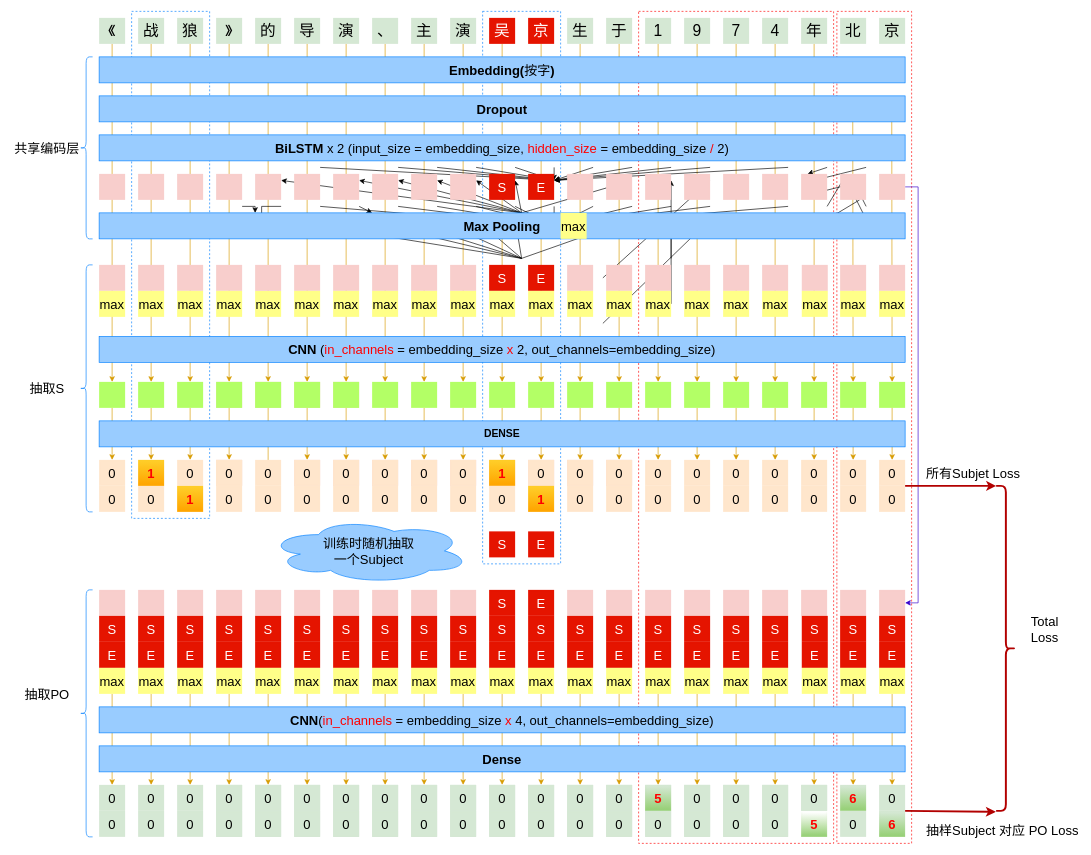
Above: 99_resources/11_img/Untitled Diagram.drawio in dataml-cn/playground (draw.io), before the change. Source tidied: cells renumbered, new cells numbered last; positions are measured from the earlier drawing's top-left corner, leaving out a move shared by most shapes. Both pictures are drawn from the tidied source at 65%, with x=0, y=0 at pixel (11, 11).
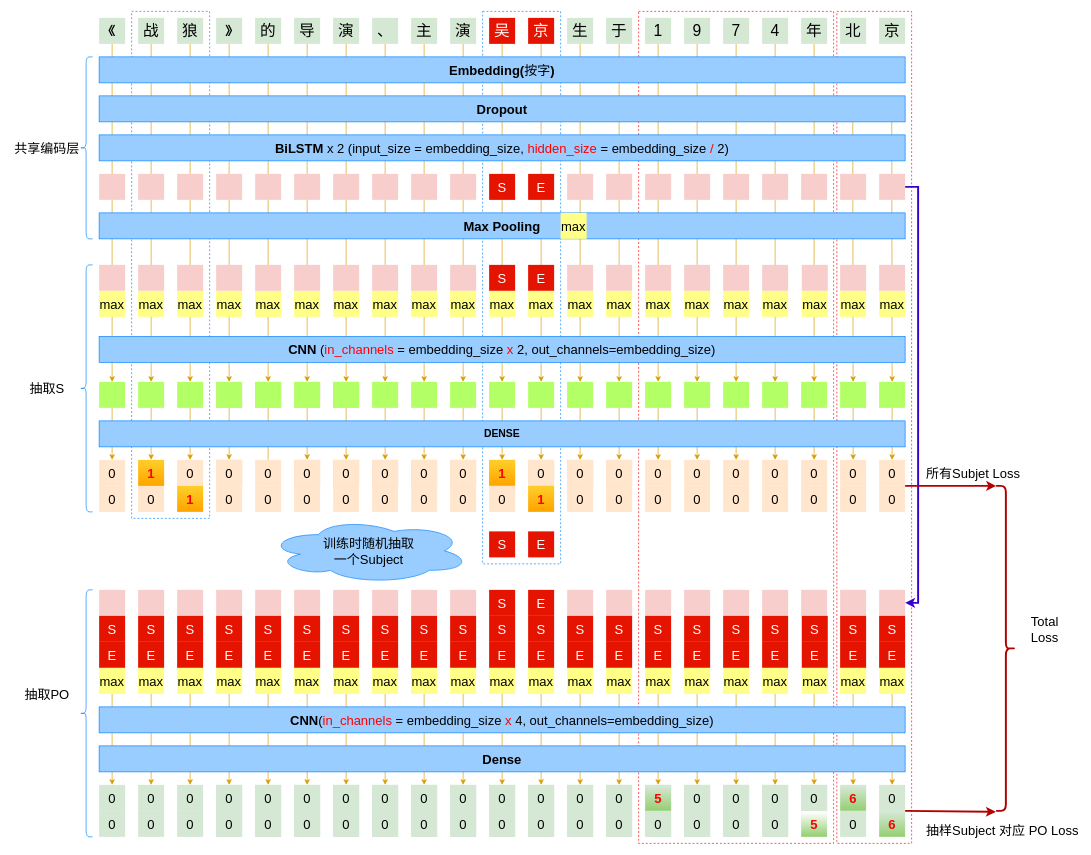
Above is the later version.

The change refers to these unchanged cells:
```xml
<mxCell id="282" style="shape=ext;double=1;rounded=0;whiteSpace=wrap;html=1;fillColor=#f8cecc;strokeColor=none;" parent="1" vertex="1">
  <mxGeometry x="1335" y="890" width="40" height="40" as="geometry" />
</mxCell>
<mxCell id="351" style="shape=ext;double=1;rounded=0;whiteSpace=wrap;html=1;fillColor=#f8cecc;strokeColor=none;" parent="1" vertex="1">
  <mxGeometry x="1335" y="250" width="40" height="40" as="geometry" />
</mxCell>
```

Change to the diagram source:
```diff
@@
-    <mxCell id="83" style="endArrow=classic;html=1;exitX=1;exitY=0.25;exitDx=0;exitDy=0;entryX=0;entryY=0.25;entryDx=0;entryDy=0;" parent="1" edge="1">
-      <mxGeometry relative="1" as="geometry">
-        <mxPoint x="475" y="240" as="sourcePoint" />
-        <mxPoint x="835" y="260" as="targetPoint" />
-      </mxGeometry>
-    </mxCell>
-    <mxCell id="84" style="endArrow=classic;html=1;exitX=1;exitY=0.25;exitDx=0;exitDy=0;entryX=0;entryY=0.25;entryDx=0;entryDy=0;" parent="1" edge="1">
-      <mxGeometry relative="1" as="geometry">
-        <mxPoint x="835" y="240" as="sourcePoint" />
-        <mxPoint x="835" y="260" as="targetPoint" />
-      </mxGeometry>
-    </mxCell>
-    <mxCell id="85" style="endArrow=classic;html=1;exitX=1;exitY=0.25;exitDx=0;exitDy=0;entryX=0;entryY=0.25;entryDx=0;entryDy=0;" parent="1" edge="1">
-      <mxGeometry relative="1" as="geometry">
-        <mxPoint x="775" y="240" as="sourcePoint" />
-        <mxPoint x="835" y="260" as="targetPoint" />
-      </mxGeometry>
-    </mxCell>
-    <mxCell id="86" style="endArrow=classic;html=1;exitX=1;exitY=0.25;exitDx=0;exitDy=0;entryX=0;entryY=0.25;entryDx=0;entryDy=0;" parent="1" edge="1">
-      <mxGeometry relative="1" as="geometry">
-        <mxPoint x="715" y="240" as="sourcePoint" />
-        <mxPoint x="835" y="260" as="targetPoint" />
-      </mxGeometry>
-    </mxCell>
-    <mxCell id="87" style="endArrow=classic;html=1;exitX=1;exitY=0.25;exitDx=0;exitDy=0;entryX=0;entryY=0.25;entryDx=0;entryDy=0;" parent="1" edge="1">
-      <mxGeometry relative="1" as="geometry">
-        <mxPoint x="655" y="240" as="sourcePoint" />
-        <mxPoint x="835" y="260" as="targetPoint" />
-      </mxGeometry>
-    </mxCell>
-    <mxCell id="88" style="endArrow=classic;html=1;exitX=1;exitY=0.25;exitDx=0;exitDy=0;entryX=0;entryY=0.25;entryDx=0;entryDy=0;" parent="1" edge="1">
-      <mxGeometry relative="1" as="geometry">
-        <mxPoint x="595" y="240" as="sourcePoint" />
-        <mxPoint x="835" y="260" as="targetPoint" />
-      </mxGeometry>
-    </mxCell>
-    <mxCell id="89" style="endArrow=classic;html=1;exitX=1;exitY=0.25;exitDx=0;exitDy=0;entryX=0;entryY=0.25;entryDx=0;entryDy=0;" parent="1" edge="1">
-      <mxGeometry relative="1" as="geometry">
-        <mxPoint x="1195" y="240" as="sourcePoint" />
-        <mxPoint x="835" y="260" as="targetPoint" />
-      </mxGeometry>
-    </mxCell>
-    <mxCell id="90" style="endArrow=classic;html=1;exitX=1;exitY=0.25;exitDx=0;exitDy=0;entryX=0;entryY=0.25;entryDx=0;entryDy=0;" parent="1" edge="1">
-      <mxGeometry relative="1" as="geometry">
-        <mxPoint x="1075" y="240" as="sourcePoint" />
-        <mxPoint x="835" y="260" as="targetPoint" />
-      </mxGeometry>
-    </mxCell>
-    <mxCell id="91" style="endArrow=classic;html=1;exitX=1;exitY=0.25;exitDx=0;exitDy=0;entryX=0;entryY=0.25;entryDx=0;entryDy=0;" parent="1" edge="1">
-      <mxGeometry relative="1" as="geometry">
-        <mxPoint x="1015" y="240" as="sourcePoint" />
-        <mxPoint x="835" y="260" as="targetPoint" />
-      </mxGeometry>
-    </mxCell>
-    <mxCell id="92" style="endArrow=classic;html=1;exitX=1;exitY=0.25;exitDx=0;exitDy=0;entryX=0;entryY=0.25;entryDx=0;entryDy=0;" parent="1" edge="1">
-      <mxGeometry relative="1" as="geometry">
-        <mxPoint x="955" y="240" as="sourcePoint" />
-        <mxPoint x="835" y="260" as="targetPoint" />
-      </mxGeometry>
-    </mxCell>
-    <mxCell id="93" style="endArrow=classic;html=1;exitX=1;exitY=0.25;exitDx=0;exitDy=0;entryX=0;entryY=0.25;entryDx=0;entryDy=0;" parent="1" edge="1">
-      <mxGeometry relative="1" as="geometry">
-        <mxPoint x="895" y="240" as="sourcePoint" />
-        <mxPoint x="835" y="260" as="targetPoint" />
-      </mxGeometry>
-    </mxCell>
-    <mxCell id="94" style="endArrow=classic;html=1;exitX=0;exitY=0.75;exitDx=0;exitDy=0;entryX=1;entryY=0.75;entryDx=0;entryDy=0;" parent="1" edge="1">
-      <mxGeometry relative="1" as="geometry">
-        <mxPoint x="910" y="410" as="sourcePoint" />
-        <mxPoint x="1075" y="260" as="targetPoint" />
-      </mxGeometry>
-    </mxCell>
-    <mxCell id="95" style="endArrow=classic;html=1;exitX=0;exitY=0.75;exitDx=0;exitDy=0;entryX=1;entryY=0.75;entryDx=0;entryDy=0;" parent="1" edge="1">
-      <mxGeometry relative="1" as="geometry">
-        <mxPoint x="1015" y="380" as="sourcePoint" />
-        <mxPoint x="1015" y="260" as="targetPoint" />
-      </mxGeometry>
-    </mxCell>
-    <mxCell id="96" style="endArrow=classic;html=1;entryX=1;entryY=0.75;entryDx=0;entryDy=0;exitX=0;exitY=0.75;exitDx=0;exitDy=0;" parent="1" edge="1">
-      <mxGeometry relative="1" as="geometry">
-        <mxPoint x="785" y="310" as="sourcePoint" />
-        <mxPoint x="955" y="260" as="targetPoint" />
-      </mxGeometry>
-    </mxCell>
-    <mxCell id="97" style="endArrow=classic;html=1;exitX=0;exitY=0.75;exitDx=0;exitDy=0;entryX=1;entryY=0.75;entryDx=0;entryDy=0;" parent="1" edge="1">
-      <mxGeometry relative="1" as="geometry">
-        <mxPoint x="785" y="310" as="sourcePoint" />
-        <mxPoint x="775" y="260" as="targetPoint" />
-      </mxGeometry>
-    </mxCell>
-    <mxCell id="98" style="endArrow=classic;html=1;exitX=0;exitY=0.75;exitDx=0;exitDy=0;entryX=1;entryY=0.75;entryDx=0;entryDy=0;" parent="1" edge="1">
-      <mxGeometry relative="1" as="geometry">
-        <mxPoint x="785" y="310" as="sourcePoint" />
-        <mxPoint x="715" y="260" as="targetPoint" />
-      </mxGeometry>
-    </mxCell>
-    <mxCell id="99" style="endArrow=classic;html=1;exitX=0;exitY=0.75;exitDx=0;exitDy=0;entryX=1;entryY=0.75;entryDx=0;entryDy=0;" parent="1" edge="1">
-      <mxGeometry relative="1" as="geometry">
-        <mxPoint x="785" y="310" as="sourcePoint" />
-        <mxPoint x="655" y="260" as="targetPoint" />
-      </mxGeometry>
-    </mxCell>
-    <mxCell id="100" style="endArrow=classic;html=1;exitX=0;exitY=0.75;exitDx=0;exitDy=0;entryX=1;entryY=0.75;entryDx=0;entryDy=0;" parent="1" edge="1">
-      <mxGeometry relative="1" as="geometry">
-        <mxPoint x="785" y="310" as="sourcePoint" />
-        <mxPoint x="595" y="260" as="targetPoint" />
-      </mxGeometry>
-    </mxCell>
-    <mxCell id="101" style="endArrow=classic;html=1;exitX=0;exitY=0.75;exitDx=0;exitDy=0;entryX=1;entryY=0.75;entryDx=0;entryDy=0;" parent="1" edge="1">
-      <mxGeometry relative="1" as="geometry">
-        <mxPoint x="785" y="310" as="sourcePoint" />
-        <mxPoint x="415" y="260" as="targetPoint" />
-      </mxGeometry>
-    </mxCell>
-    <mxCell id="102" style="endArrow=classic;html=1;exitX=0;exitY=0.75;exitDx=0;exitDy=0;entryX=1;entryY=0.75;entryDx=0;entryDy=0;" parent="1" edge="1">
-      <mxGeometry relative="1" as="geometry">
-        <mxPoint x="785" y="310" as="sourcePoint" />
-        <mxPoint x="535" y="260" as="targetPoint" />
-      </mxGeometry>
-    </mxCell>
-    <mxCell id="103" style="edgeStyle=orthogonalEdgeStyle;rounded=0;orthogonalLoop=1;jettySize=auto;html=1;exitX=1;exitY=0.25;exitDx=0;exitDy=0;entryX=0;entryY=0.25;entryDx=0;entryDy=0;" parent="1" edge="1">
-      <mxGeometry relative="1" as="geometry">
-        <mxPoint x="355" y="300" as="sourcePoint" />
-        <mxPoint x="375" y="310" as="targetPoint" />
-      </mxGeometry>
-    </mxCell>
@@
-    <mxCell id="105" style="edgeStyle=orthogonalEdgeStyle;rounded=0;orthogonalLoop=1;jettySize=auto;html=1;entryX=0;entryY=0.25;entryDx=0;entryDy=0;exitX=1;exitY=0.25;exitDx=0;exitDy=0;" parent="1" edge="1">
-      <mxGeometry relative="1" as="geometry">
-        <mxPoint x="415" y="300" as="sourcePoint" />
-        <mxPoint x="385" y="320" as="targetPoint" />
-      </mxGeometry>
-    </mxCell>
-    <mxCell id="106" style="endArrow=classic;html=1;exitX=1;exitY=0.25;exitDx=0;exitDy=0;entryX=0;entryY=0.25;entryDx=0;entryDy=0;" parent="1" edge="1">
-      <mxGeometry relative="1" as="geometry">
-        <mxPoint x="475" y="300" as="sourcePoint" />
-        <mxPoint x="835" y="330" as="targetPoint" />
-      </mxGeometry>
-    </mxCell>
-    <mxCell id="107" style="endArrow=classic;html=1;exitX=1;exitY=0.25;exitDx=0;exitDy=0;entryX=0;entryY=0.25;entryDx=0;entryDy=0;entryPerimeter=0;" parent="1" edge="1">
-      <mxGeometry relative="1" as="geometry">
-        <mxPoint x="535" y="300" as="sourcePoint" />
-        <mxPoint x="555" y="310" as="targetPoint" />
-      </mxGeometry>
-    </mxCell>
-    <mxCell id="108" style="endArrow=classic;html=1;exitX=1;exitY=0.25;exitDx=0;exitDy=0;entryX=0;entryY=0.25;entryDx=0;entryDy=0;" parent="1" edge="1">
-      <mxGeometry relative="1" as="geometry">
-        <mxPoint x="835" y="300" as="sourcePoint" />
-        <mxPoint x="835" y="330" as="targetPoint" />
-      </mxGeometry>
-    </mxCell>
-    <mxCell id="109" style="endArrow=classic;html=1;exitX=1;exitY=0.25;exitDx=0;exitDy=0;entryX=0;entryY=0.25;entryDx=0;entryDy=0;" parent="1" edge="1">
-      <mxGeometry relative="1" as="geometry">
-        <mxPoint x="775" y="300" as="sourcePoint" />
-        <mxPoint x="835" y="330" as="targetPoint" />
-      </mxGeometry>
-    </mxCell>
-    <mxCell id="110" style="endArrow=classic;html=1;exitX=1;exitY=0.25;exitDx=0;exitDy=0;entryX=0;entryY=0.25;entryDx=0;entryDy=0;" parent="1" edge="1">
-      <mxGeometry relative="1" as="geometry">
-        <mxPoint x="715" y="300" as="sourcePoint" />
-        <mxPoint x="835" y="330" as="targetPoint" />
-      </mxGeometry>
-    </mxCell>
-    <mxCell id="111" style="endArrow=classic;html=1;exitX=1;exitY=0.25;exitDx=0;exitDy=0;entryX=0;entryY=0.25;entryDx=0;entryDy=0;" parent="1" edge="1">
-      <mxGeometry relative="1" as="geometry">
-        <mxPoint x="655" y="300" as="sourcePoint" />
-        <mxPoint x="835" y="330" as="targetPoint" />
-      </mxGeometry>
-    </mxCell>
-    <mxCell id="112" style="endArrow=classic;html=1;exitX=1;exitY=0.25;exitDx=0;exitDy=0;entryX=0;entryY=0.25;entryDx=0;entryDy=0;" parent="1" edge="1">
-      <mxGeometry relative="1" as="geometry">
-        <mxPoint x="595" y="300" as="sourcePoint" />
-        <mxPoint x="835" y="330" as="targetPoint" />
-      </mxGeometry>
-    </mxCell>
-    <mxCell id="113" style="endArrow=classic;html=1;exitX=1;exitY=0.25;exitDx=0;exitDy=0;entryX=0;entryY=0.25;entryDx=0;entryDy=0;" parent="1" edge="1">
-      <mxGeometry relative="1" as="geometry">
-        <mxPoint x="1195" y="300" as="sourcePoint" />
-        <mxPoint x="835" y="330" as="targetPoint" />
-      </mxGeometry>
-    </mxCell>
-    <mxCell id="114" style="endArrow=classic;html=1;exitX=1;exitY=0.25;exitDx=0;exitDy=0;entryX=0;entryY=0.25;entryDx=0;entryDy=0;" parent="1" edge="1">
-      <mxGeometry relative="1" as="geometry">
-        <mxPoint x="1075" y="300" as="sourcePoint" />
-        <mxPoint x="835" y="330" as="targetPoint" />
-      </mxGeometry>
-    </mxCell>
-    <mxCell id="115" style="endArrow=classic;html=1;exitX=1;exitY=0.25;exitDx=0;exitDy=0;entryX=0;entryY=0.25;entryDx=0;entryDy=0;" parent="1" edge="1">
-      <mxGeometry relative="1" as="geometry">
-        <mxPoint x="1015" y="300" as="sourcePoint" />
-        <mxPoint x="835" y="330" as="targetPoint" />
-      </mxGeometry>
-    </mxCell>
-    <mxCell id="116" style="endArrow=classic;html=1;exitX=1;exitY=0.25;exitDx=0;exitDy=0;entryX=0;entryY=0.25;entryDx=0;entryDy=0;" parent="1" edge="1">
-      <mxGeometry relative="1" as="geometry">
-        <mxPoint x="955" y="300" as="sourcePoint" />
-        <mxPoint x="835" y="330" as="targetPoint" />
-      </mxGeometry>
-    </mxCell>
-    <mxCell id="117" style="endArrow=classic;html=1;exitX=1;exitY=0.25;exitDx=0;exitDy=0;entryX=0;entryY=0.25;entryDx=0;entryDy=0;" parent="1" edge="1">
-      <mxGeometry relative="1" as="geometry">
-        <mxPoint x="895" y="300" as="sourcePoint" />
-        <mxPoint x="835" y="330" as="targetPoint" />
-      </mxGeometry>
-    </mxCell>
@@
-    <mxCell id="119" style="endArrow=classic;html=1;exitX=0;exitY=0.75;exitDx=0;exitDy=0;entryX=1;entryY=0.75;entryDx=0;entryDy=0;" parent="1" edge="1">
-      <mxGeometry relative="1" as="geometry">
-        <mxPoint x="910" y="480" as="sourcePoint" />
-        <mxPoint x="1075" y="320" as="targetPoint" />
-      </mxGeometry>
-    </mxCell>
-    <mxCell id="120" style="endArrow=classic;html=1;exitX=0;exitY=0.75;exitDx=0;exitDy=0;entryX=1;entryY=0.75;entryDx=0;entryDy=0;" parent="1" edge="1">
-      <mxGeometry relative="1" as="geometry">
-        <mxPoint x="1015" y="450" as="sourcePoint" />
-        <mxPoint x="1015" y="320" as="targetPoint" />
-      </mxGeometry>
-    </mxCell>
-    <mxCell id="121" style="endArrow=classic;html=1;entryX=1;entryY=0.75;entryDx=0;entryDy=0;exitX=0;exitY=0.75;exitDx=0;exitDy=0;" parent="1" edge="1">
-      <mxGeometry relative="1" as="geometry">
-        <mxPoint x="785" y="380" as="sourcePoint" />
-        <mxPoint x="955" y="320" as="targetPoint" />
-      </mxGeometry>
-    </mxCell>
-    <mxCell id="122" style="endArrow=classic;html=1;exitX=0;exitY=0.75;exitDx=0;exitDy=0;entryX=1;entryY=0.75;entryDx=0;entryDy=0;" parent="1" edge="1">
-      <mxGeometry relative="1" as="geometry">
-        <mxPoint x="785" y="380" as="sourcePoint" />
-        <mxPoint x="775" y="320" as="targetPoint" />
-      </mxGeometry>
-    </mxCell>
-    <mxCell id="123" style="endArrow=classic;html=1;exitX=0;exitY=0.75;exitDx=0;exitDy=0;entryX=1;entryY=0.75;entryDx=0;entryDy=0;" parent="1" edge="1">
-      <mxGeometry relative="1" as="geometry">
-        <mxPoint x="785" y="380" as="sourcePoint" />
-        <mxPoint x="715" y="320" as="targetPoint" />
-      </mxGeometry>
-    </mxCell>
-    <mxCell id="124" style="endArrow=classic;html=1;exitX=0;exitY=0.75;exitDx=0;exitDy=0;entryX=1;entryY=0.75;entryDx=0;entryDy=0;" parent="1" edge="1">
-      <mxGeometry relative="1" as="geometry">
-        <mxPoint x="785" y="380" as="sourcePoint" />
-        <mxPoint x="655" y="320" as="targetPoint" />
-      </mxGeometry>
-    </mxCell>
-    <mxCell id="125" style="endArrow=classic;html=1;exitX=0;exitY=0.75;exitDx=0;exitDy=0;entryX=1;entryY=0.75;entryDx=0;entryDy=0;" parent="1" edge="1">
-      <mxGeometry relative="1" as="geometry">
-        <mxPoint x="785" y="380" as="sourcePoint" />
-        <mxPoint x="595" y="320" as="targetPoint" />
-      </mxGeometry>
-    </mxCell>
-    <mxCell id="126" style="endArrow=classic;html=1;exitX=0;exitY=0.75;exitDx=0;exitDy=0;entryX=1;entryY=0.75;entryDx=0;entryDy=0;" parent="1" edge="1">
-      <mxGeometry relative="1" as="geometry">
-        <mxPoint x="785" y="380" as="sourcePoint" />
-        <mxPoint x="415" y="320" as="targetPoint" />
-      </mxGeometry>
-    </mxCell>
-    <mxCell id="127" style="endArrow=classic;html=1;exitX=0;exitY=0.75;exitDx=0;exitDy=0;entryX=1;entryY=0.75;entryDx=0;entryDy=0;" parent="1" edge="1">
-      <mxGeometry relative="1" as="geometry">
-        <mxPoint x="785" y="380" as="sourcePoint" />
-        <mxPoint x="535" y="320" as="targetPoint" />
-      </mxGeometry>
-    </mxCell>
@@
-    <mxCell id="268" style="endArrow=classic;html=1;exitX=1;exitY=0.25;exitDx=0;exitDy=0;entryX=0;entryY=0.25;entryDx=0;entryDy=0;" parent="1" edge="1">
-      <mxGeometry relative="1" as="geometry">
-        <mxPoint x="1255" y="240" as="sourcePoint" />
-        <mxPoint x="1225" y="250" as="targetPoint" />
-      </mxGeometry>
-    </mxCell>
-    <mxCell id="269" style="endArrow=classic;html=1;exitX=1;exitY=0.25;exitDx=0;exitDy=0;entryX=0;entryY=0.25;entryDx=0;entryDy=0;" parent="1" edge="1">
-      <mxGeometry relative="1" as="geometry">
-        <mxPoint x="1315" y="240" as="sourcePoint" />
-        <mxPoint x="1235" y="260" as="targetPoint" />
-      </mxGeometry>
-    </mxCell>
-    <mxCell id="270" style="endArrow=classic;html=1;exitX=0;exitY=0.75;exitDx=0;exitDy=0;entryX=1;entryY=0.75;entryDx=0;entryDy=0;" parent="1" edge="1">
-      <mxGeometry relative="1" as="geometry">
-        <mxPoint x="1235" y="280" as="sourcePoint" />
-        <mxPoint x="1315" y="260" as="targetPoint" />
-      </mxGeometry>
-    </mxCell>
-    <mxCell id="271" style="endArrow=classic;html=1;exitX=1;exitY=0.25;exitDx=0;exitDy=0;entryX=0;entryY=0.25;entryDx=0;entryDy=0;" parent="1" edge="1">
-      <mxGeometry relative="1" as="geometry">
-        <mxPoint x="1255" y="300" as="sourcePoint" />
-        <mxPoint x="1285" y="250" as="targetPoint" />
-      </mxGeometry>
-    </mxCell>
-    <mxCell id="272" style="endArrow=classic;html=1;exitX=1;exitY=0.25;exitDx=0;exitDy=0;entryX=0;entryY=0.25;entryDx=0;entryDy=0;" parent="1" edge="1">
-      <mxGeometry relative="1" as="geometry">
-        <mxPoint x="1315" y="300" as="sourcePoint" />
-        <mxPoint x="1295" y="260" as="targetPoint" />
-      </mxGeometry>
-    </mxCell>
-    <mxCell id="273" style="endArrow=classic;html=1;exitX=0;exitY=0.75;exitDx=0;exitDy=0;entryX=1;entryY=0.75;entryDx=0;entryDy=0;" parent="1" edge="1">
-      <mxGeometry relative="1" as="geometry">
-        <mxPoint x="1295" y="280" as="sourcePoint" />
-        <mxPoint x="1315" y="320" as="targetPoint" />
-      </mxGeometry>
-    </mxCell>
-    <mxCell id="274" style="endArrow=classic;html=1;exitX=0;exitY=0.75;exitDx=0;exitDy=0;entryX=1;entryY=0.75;entryDx=0;entryDy=0;" parent="1" edge="1">
-      <mxGeometry relative="1" as="geometry">
-        <mxPoint x="1305" y="290" as="sourcePoint" />
-        <mxPoint x="1255" y="320" as="targetPoint" />
-      </mxGeometry>
-    </mxCell>
@@
-    <mxCell id="283" style="endArrow=classic;html=1;exitX=1;exitY=0.5;exitDx=0;exitDy=0;entryX=1;entryY=0.5;entryDx=0;entryDy=0;fillColor=#6a00ff;strokeColor=#3700CC;rounded=0;" parent="1" edge="1" source="351" target="282">
+    <mxCell id="283" style="endArrow=classic;html=1;exitX=1;exitY=0.5;exitDx=0;exitDy=0;entryX=1;entryY=0.5;entryDx=0;entryDy=0;fillColor=#6a00ff;strokeColor=#3700CC;rounded=0;strokeWidth=3;" parent="1" edge="1" source="351" target="282">
       <mxGeometry relative="1" as="geometry">
         <Array as="points">
           <mxPoint x="1395" y="270" />
           <mxPoint x="1395" y="590" />
           <mxPoint x="1395" y="850" />
           <mxPoint x="1395" y="910" />
         </Array>
       </mxGeometry>
     </mxCell>
```
